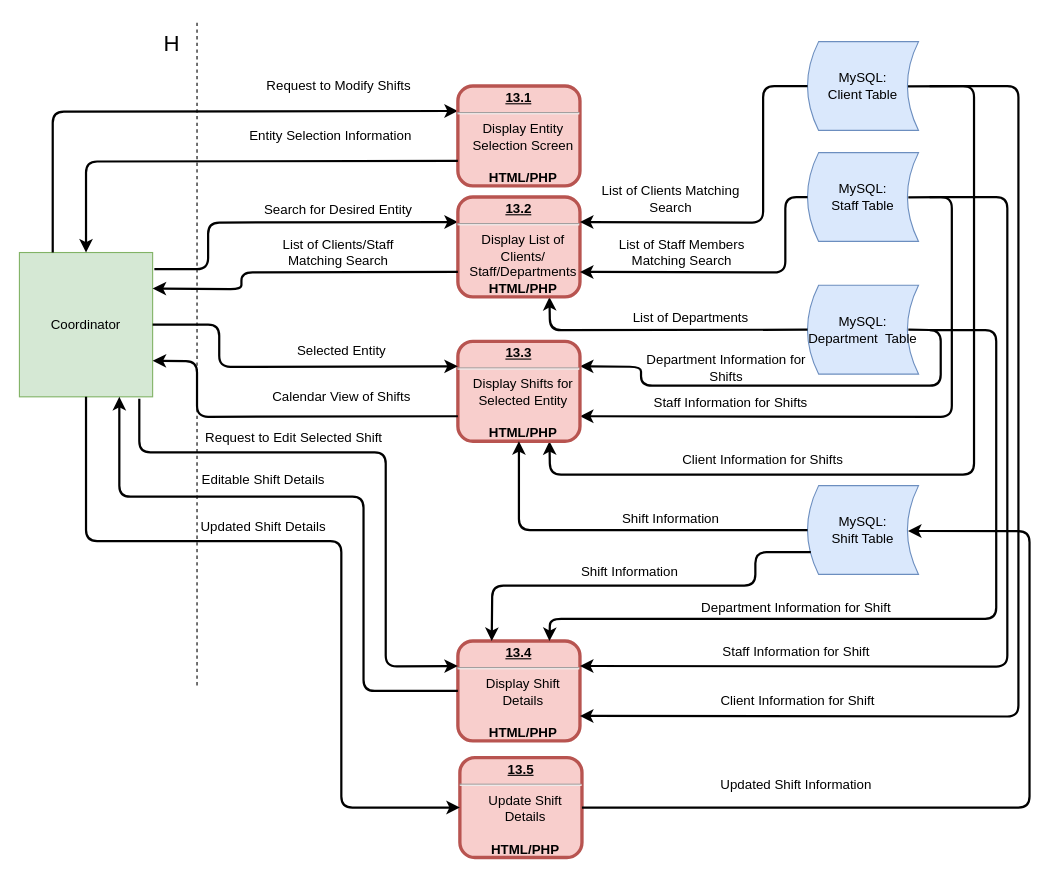
Before: page "13: Modify Shifts" (14 of 20) of Diagrams/DFD/Level 1 DFDs.drawio in Harlento/SchedulingSystem, a draw.io diagram. Source tidied: cells renumbered, new cells numbered last; positions are measured from the earlier drawing's top-left corner, leaving out a move shared by most shapes. Both pictures are drawn from the tidied source at 111%, with x=0, y=0 at pixel (19, 19).
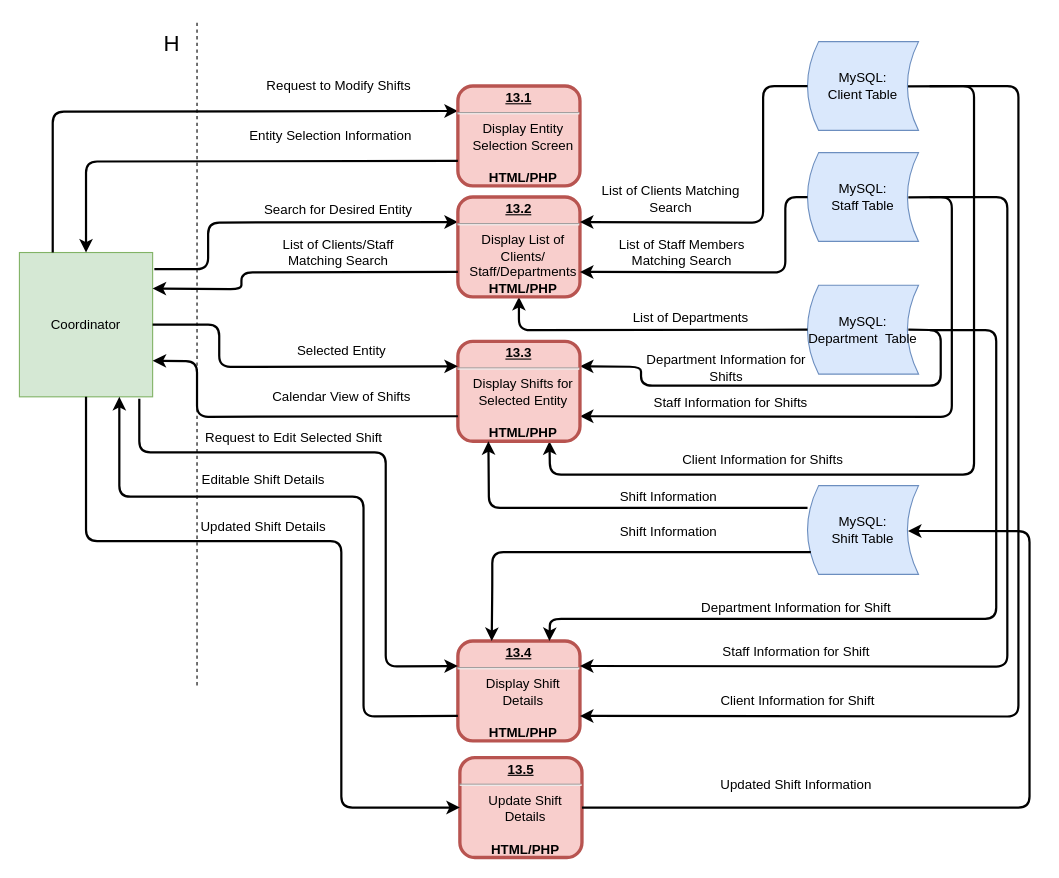
After the change.

Unchanged cells that the change refers to:
```xml
<mxCell id="2" value="Coordinator" style="rounded=0;whiteSpace=wrap;html=1;fillColor=#d5e8d4;strokeColor=#82b366;" parent="1" vertex="1">
  <mxGeometry y="210" width="120" height="130" as="geometry" />
</mxCell>
<mxCell id="5" value="&lt;p style=&quot;margin: 0px ; margin-top: 4px ; text-align: center ; text-decoration: underline&quot;&gt;13.4&lt;/p&gt;&lt;hr&gt;&lt;p style=&quot;margin: 0px 0px 0px 8px&quot;&gt;&lt;span style=&quot;font-weight: 400 ; white-space: normal&quot;&gt;Display Shift Details&lt;/span&gt;&lt;/p&gt;&lt;p style=&quot;margin: 0px 0px 0px 8px&quot;&gt;&lt;span style=&quot;font-weight: 400 ; white-space: normal&quot;&gt;&lt;br&gt;&lt;/span&gt;&lt;/p&gt;&lt;p style=&quot;margin: 0px 0px 0px 8px&quot;&gt;&lt;span style=&quot;white-space: normal&quot;&gt;HTML/PHP&lt;/span&gt;&lt;span style=&quot;font-weight: 400 ; white-space: normal&quot;&gt;&lt;br&gt;&lt;/span&gt;&lt;/p&gt;" style="verticalAlign=middle;align=center;overflow=fill;fontSize=12;fontFamily=Helvetica;html=1;rounded=1;fontStyle=1;strokeWidth=3;fillColor=#f8cecc;strokeColor=#b85450;" parent="1" vertex="1">
  <mxGeometry x="395" y="560" width="110" height="90" as="geometry" />
</mxCell>
<mxCell id="14" value="MySQL:&lt;br&gt;Department&amp;nbsp; Table" style="shape=dataStorage;whiteSpace=wrap;html=1;fillColor=#dae8fc;strokeColor=#6c8ebf;" parent="1" vertex="1">
  <mxGeometry x="710" y="239.5" width="100" height="80" as="geometry" />
</mxCell>
<mxCell id="21" value="&lt;p style=&quot;margin: 0px ; margin-top: 4px ; text-align: center ; text-decoration: underline&quot;&gt;13.2&lt;/p&gt;&lt;hr&gt;&lt;p style=&quot;margin: 0px ; margin-left: 8px&quot;&gt;&lt;span style=&quot;font-weight: 400 ; white-space: normal&quot;&gt;Display List of Clients/ Staff/Departments&lt;/span&gt;&lt;/p&gt;&lt;p style=&quot;margin: 0px ; margin-left: 8px&quot;&gt;&lt;span style=&quot;white-space: normal&quot;&gt;HTML/PHP&lt;/span&gt;&lt;span style=&quot;font-weight: 400 ; white-space: normal&quot;&gt;&lt;br&gt;&lt;/span&gt;&lt;/p&gt;" style="verticalAlign=middle;align=center;overflow=fill;fontSize=12;fontFamily=Helvetica;html=1;rounded=1;fontStyle=1;strokeWidth=3;fillColor=#f8cecc;strokeColor=#b85450;" parent="1" vertex="1">
  <mxGeometry x="395" y="160" width="110" height="90" as="geometry" />
</mxCell>
<mxCell id="31" value="&lt;p style=&quot;margin: 0px ; margin-top: 4px ; text-align: center ; text-decoration: underline&quot;&gt;13.3&lt;/p&gt;&lt;hr&gt;&lt;p style=&quot;margin: 0px ; margin-left: 8px&quot;&gt;&lt;span style=&quot;font-weight: 400 ; white-space: normal&quot;&gt;Display Shifts for Selected Entity&lt;/span&gt;&lt;/p&gt;&lt;p style=&quot;margin: 0px ; margin-left: 8px&quot;&gt;&lt;span style=&quot;font-weight: 400 ; white-space: normal&quot;&gt;&lt;br&gt;&lt;/span&gt;&lt;/p&gt;&lt;p style=&quot;margin: 0px ; margin-left: 8px&quot;&gt;&lt;span style=&quot;white-space: normal&quot;&gt;HTML/PHP&lt;/span&gt;&lt;span style=&quot;font-weight: 400 ; white-space: normal&quot;&gt;&lt;br&gt;&lt;/span&gt;&lt;/p&gt;" style="verticalAlign=middle;align=center;overflow=fill;fontSize=12;fontFamily=Helvetica;html=1;rounded=1;fontStyle=1;strokeWidth=3;fillColor=#f8cecc;strokeColor=#b85450;" parent="1" vertex="1">
  <mxGeometry x="395" y="290" width="110" height="90" as="geometry" />
</mxCell>
<mxCell id="39" value="MySQL:&lt;br&gt;Shift Table" style="shape=dataStorage;whiteSpace=wrap;html=1;fillColor=#dae8fc;strokeColor=#6c8ebf;" parent="1" vertex="1">
  <mxGeometry x="710" y="420" width="100" height="80" as="geometry" />
</mxCell>
```

The edit, as a diff of the source:
```diff
@@
-    <mxCell id="12" style="endArrow=classic;html=1;strokeWidth=2;exitX=0;exitY=0.5;exitDx=0;exitDy=0;entryX=0.75;entryY=1;entryDx=0;entryDy=0;" parent="1" edge="1" source="5" target="2">
+    <mxCell id="12" style="endArrow=classic;html=1;strokeWidth=2;exitX=0;exitY=0.75;exitDx=0;exitDy=0;entryX=0.75;entryY=1;entryDx=0;entryDy=0;" parent="1" edge="1" source="5" target="2">
       <mxGeometry relative="1" as="geometry">
         <Array as="points">
-          <mxPoint x="310" y="605" />
+          <mxPoint x="310" y="628" />
           <mxPoint x="310" y="430" />
           <mxPoint x="90" y="430" />
         </Array>
       </mxGeometry>
     </mxCell>
@@
-    <mxCell id="18" style="endArrow=classic;html=1;strokeWidth=2;exitX=0;exitY=0.5;exitDx=0;exitDy=0;entryX=0.75;entryY=1;entryDx=0;entryDy=0;" parent="1" edge="1" source="14" target="21">
+    <mxCell id="18" style="endArrow=classic;html=1;strokeWidth=2;exitX=0;exitY=0.5;exitDx=0;exitDy=0;entryX=0.5;entryY=1;entryDx=0;entryDy=0;" parent="1" edge="1" source="14" target="21">
       <mxGeometry relative="1" as="geometry">
         <Array as="points">
-          <mxPoint x="478" y="280" />
+          <mxPoint x="450" y="280" />
         </Array>
       </mxGeometry>
     </mxCell>
@@
-    <mxCell id="40" style="endArrow=classic;html=1;strokeWidth=2;entryX=0.5;entryY=1;entryDx=0;entryDy=0;exitX=0;exitY=0.5;exitDx=0;exitDy=0;" parent="1" edge="1" source="39" target="31">
+    <mxCell id="40" style="endArrow=classic;html=1;strokeWidth=2;entryX=0.25;entryY=1;entryDx=0;entryDy=0;exitX=0;exitY=0.25;exitDx=0;exitDy=0;" parent="1" edge="1" source="39" target="31">
       <mxGeometry relative="1" as="geometry">
         <Array as="points">
-          <mxPoint x="550" y="460" />
-          <mxPoint x="450" y="460" />
+          <mxPoint x="423" y="440" />
         </Array>
       </mxGeometry>
     </mxCell>
     <mxCell id="41" value="Shift Information" style="text;html=1;strokeColor=none;fillColor=none;align=center;verticalAlign=middle;whiteSpace=wrap;rounded=0;" parent="1" vertex="1">
-      <mxGeometry x="506.8" y="440" width="160" height="20" as="geometry" />
+      <mxGeometry x="505" y="420" width="160" height="20" as="geometry" />
     </mxCell>
     <mxCell id="42" style="endArrow=classic;html=1;strokeWidth=2;entryX=0.25;entryY=0;entryDx=0;entryDy=0;exitX=0;exitY=0.75;exitDx=0;exitDy=0;" parent="1" edge="1">
       <mxGeometry relative="1" as="geometry">
         <mxPoint x="713" y="480" as="sourcePoint" />
         <mxPoint x="425.5" y="560" as="targetPoint" />
         <Array as="points">
           <mxPoint x="663" y="480" />
-          <mxPoint x="663" y="510" />
+          <mxPoint x="426" y="480" />
           <mxPoint x="426" y="510" />
         </Array>
       </mxGeometry>
     </mxCell>
@@
     <mxCell id="47" value="Shift Information" style="text;html=1;strokeColor=none;fillColor=none;align=center;verticalAlign=middle;whiteSpace=wrap;rounded=0;" parent="1" vertex="1">
-      <mxGeometry x="470" y="488" width="160" height="20" as="geometry" />
+      <mxGeometry x="505" y="452" width="160" height="20" as="geometry" />
     </mxCell>
```
